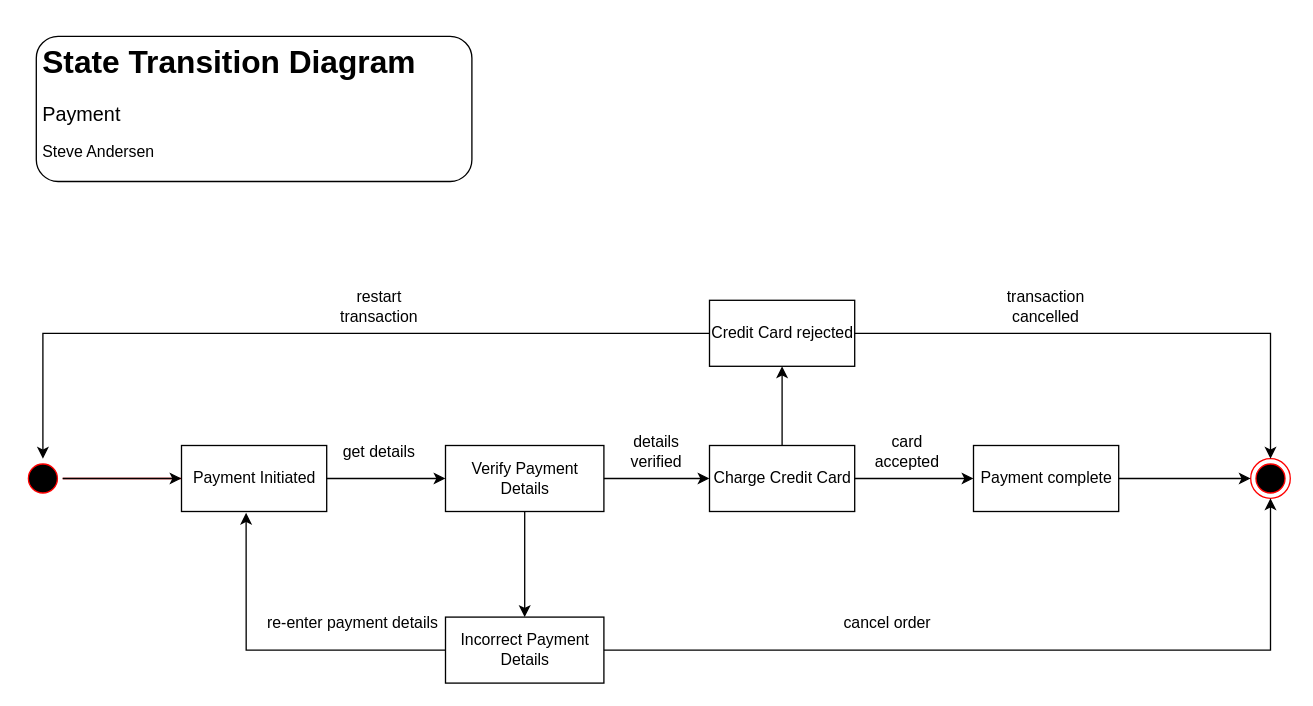
Before: page "StateTransition_Payment" (2 of 3) of DesignPhase/614_Project_Diagrams.drawio in mjspk/ticketr, a draw.io diagram. Source tidied: cells renumbered, new cells numbered last; positions are measured from the earlier drawing's top-left corner, leaving out a move shared by most shapes. Both pictures are drawn from the tidied source at 132%, with x=0, y=0 at pixel (22, 36).
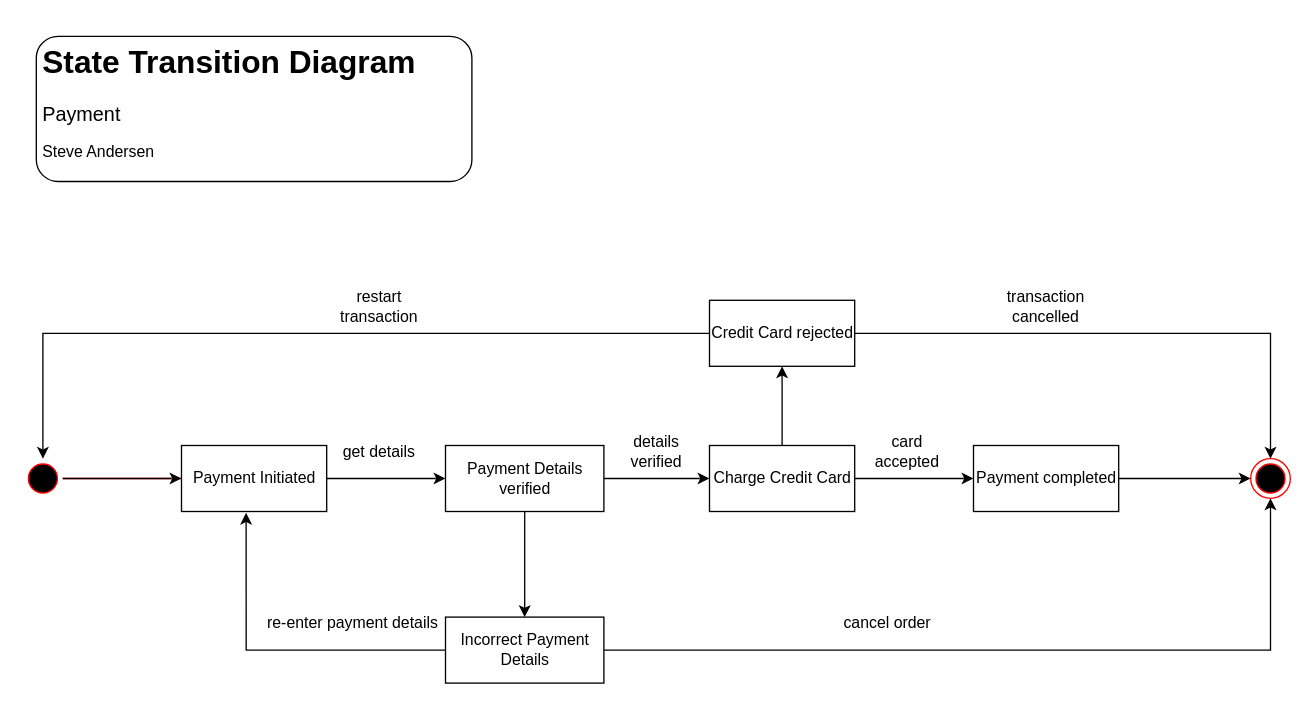
The same page after the edit.

Change to the diagram source:
```diff
@@
-    <mxCell id="6" value="Verify Payment &lt;br&gt;Details" style="html=1;" parent="1" vertex="1">
+    <mxCell id="6" value="Payment Details &lt;br&gt;verified&lt;br&gt;" style="html=1;" parent="1" vertex="1">
       <mxGeometry x="320" y="310" width="120" height="50" as="geometry" />
     </mxCell>
@@
-    <mxCell id="8" value="Payment complete" style="html=1;" parent="1" vertex="1">
+    <mxCell id="8" value="Payment completed" style="html=1;" parent="1" vertex="1">
       <mxGeometry x="720" y="310" width="110" height="50" as="geometry" />
     </mxCell>
```
